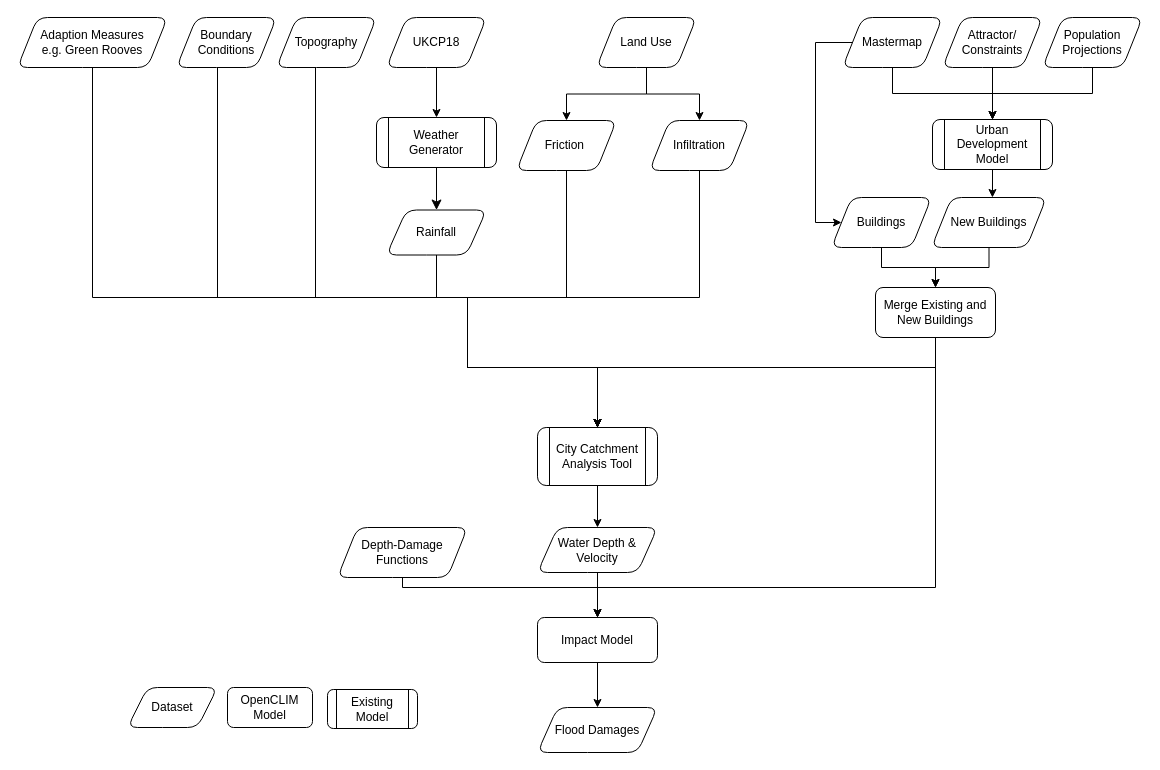
OpenCLIM/workflow-diagrams keeps this draw.io diagram as flood/openclim-flood-workflow.drawio. Above is the earlier version. Source tidied: cells renumbered, new cells numbered last; positions are measured from the earlier drawing's top-left corner, leaving out a move shared by most shapes. Both pictures are drawn from the tidied source at 100%, with x=0, y=0 at pixel (17, 17).
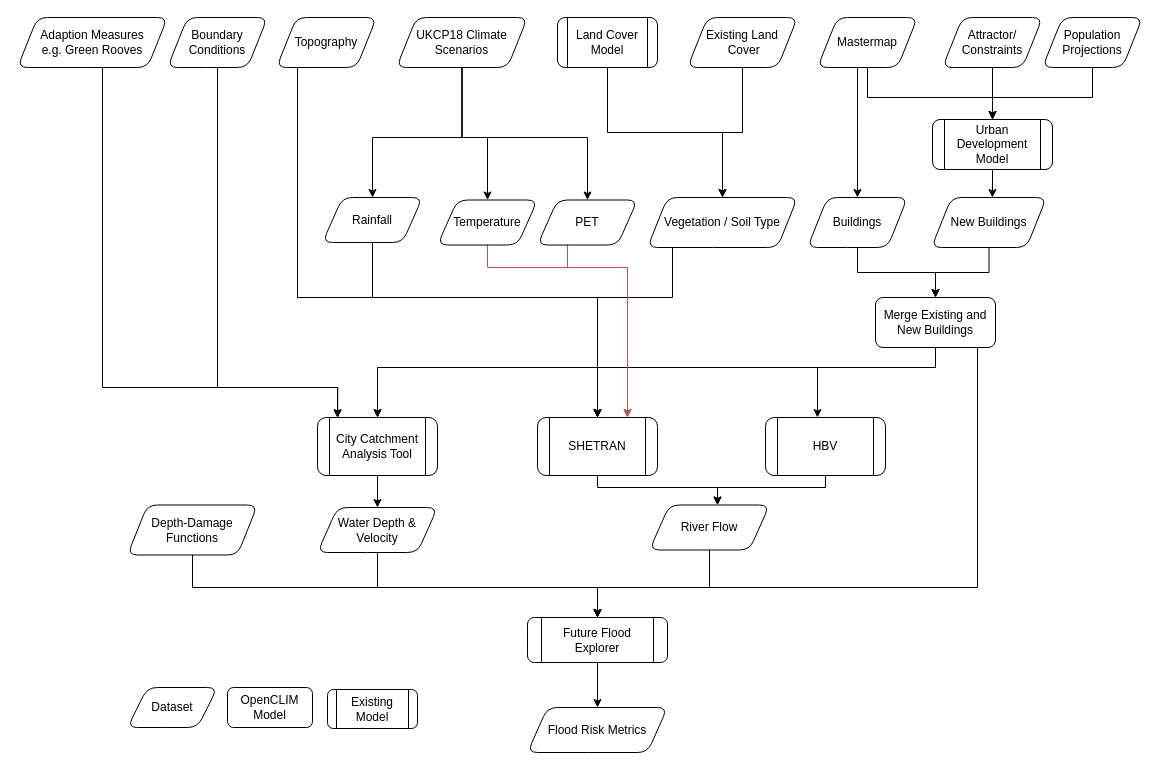
The same page after the edit.

Commit message:
incorporated future flood explorer

The change refers to these unchanged cells:
```xml
<mxCell id="7" value="Population Projections" style="shape=parallelogram;perimeter=parallelogramPerimeter;whiteSpace=wrap;html=1;fixedSize=1;rounded=1;" parent="1" vertex="1">
  <mxGeometry x="1025" width="100" height="50" as="geometry" />
</mxCell>
<mxCell id="9" value="Urban Development Model" style="shape=process;whiteSpace=wrap;html=1;backgroundOutline=1;shadow=0;fontFamily=Helvetica;fontSize=12;fontColor=#000000;align=center;strokeColor=#000000;strokeWidth=1;fillColor=#ffffff;rounded=1;" parent="1" vertex="1">
  <mxGeometry x="915" y="102" width="120" height="50" as="geometry" />
</mxCell>
<mxCell id="31" value="Topography" style="shape=parallelogram;perimeter=parallelogramPerimeter;whiteSpace=wrap;html=1;fixedSize=1;rounded=1;" parent="1" vertex="1">
  <mxGeometry x="259" width="100" height="50" as="geometry" />
</mxCell>
<mxCell id="45" value="Adaption Measures&lt;br&gt;e.g. Green Rooves" style="shape=parallelogram;perimeter=parallelogramPerimeter;whiteSpace=wrap;html=1;fixedSize=1;rounded=1;" parent="1" vertex="1">
  <mxGeometry width="150" height="50" as="geometry" />
</mxCell>
```

What changed in the source:
```diff
@@
-    <mxCell id="2" style="rounded=0;html=1;jettySize=auto;fontSize=11;endArrow=classic;endFill=1;endSize=8;strokeWidth=1;shadow=0;labelBackgroundColor=none;edgeStyle=orthogonalEdgeStyle;entryX=0.5;entryY=0;entryDx=0;entryDy=0;" parent="1" edge="1" source="3" target="25">
-      <mxGeometry relative="1" as="geometry" />
-    </mxCell>
-    <mxCell id="3" value="Weather Generator" style="shape=process;whiteSpace=wrap;html=1;backgroundOutline=1;shadow=0;fontFamily=Helvetica;fontSize=12;fontColor=#000000;align=center;strokeColor=#000000;strokeWidth=1;fillColor=#ffffff;rounded=1;" parent="1" vertex="1">
-      <mxGeometry x="359" y="100" width="120" height="50" as="geometry" />
-    </mxCell>
-    <mxCell id="4" style="edgeStyle=orthogonalEdgeStyle;rounded=0;jettySize=auto;html=1;" parent="1" edge="1" source="5" target="3">
-      <mxGeometry relative="1" as="geometry" />
+    <mxCell id="4" style="edgeStyle=orthogonalEdgeStyle;rounded=0;jettySize=auto;html=1;" parent="1" edge="1" source="5" target="25">
+      <mxGeometry relative="1" as="geometry">
+        <Array as="points">
+          <mxPoint x="445" y="120" />
+          <mxPoint x="470" y="120" />
+        </Array>
+      </mxGeometry>
     </mxCell>
+    <mxCell id="49" style="edgeStyle=orthogonalEdgeStyle;rounded=0;jettySize=auto;html=1;" parent="1" edge="1" source="5" target="68">
+      <mxGeometry relative="1" as="geometry">
+        <Array as="points">
+          <mxPoint x="445" y="120" />
+          <mxPoint x="355" y="120" />
+        </Array>
+      </mxGeometry>
+    </mxCell>
+    <mxCell id="50" style="edgeStyle=orthogonalEdgeStyle;rounded=0;jettySize=auto;html=1;" parent="1" edge="1" source="5" target="66">
+      <mxGeometry relative="1" as="geometry">
+        <Array as="points">
+          <mxPoint x="445" y="120" />
+          <mxPoint x="570" y="120" />
+        </Array>
+      </mxGeometry>
+    </mxCell>
-    <mxCell id="5" value="UKCP18" style="shape=parallelogram;perimeter=parallelogramPerimeter;whiteSpace=wrap;html=1;fixedSize=1;rounded=1;" parent="1" vertex="1">
-      <mxGeometry x="369" width="100" height="50" as="geometry" />
+    <mxCell id="5" value="UKCP18 Climate Scenarios" style="shape=parallelogram;perimeter=parallelogramPerimeter;whiteSpace=wrap;html=1;fixedSize=1;rounded=1;" parent="1" vertex="1">
+      <mxGeometry x="379" width="131" height="50" as="geometry" />
     </mxCell>
     <mxCell id="6" style="edgeStyle=orthogonalEdgeStyle;rounded=0;jettySize=auto;html=1;" parent="1" edge="1" source="7" target="9">
-      <mxGeometry relative="1" as="geometry" />
+      <mxGeometry relative="1" as="geometry">
+        <Array as="points">
+          <mxPoint x="1075" y="80" />
+          <mxPoint x="975" y="80" />
+        </Array>
+      </mxGeometry>
     </mxCell>
@@
-    <mxCell id="10" style="edgeStyle=orthogonalEdgeStyle;rounded=0;jettySize=auto;html=1;entryX=0.5;entryY=0;entryDx=0;entryDy=0;" parent="1" edge="1" source="11" target="23">
+    <mxCell id="10" style="edgeStyle=orthogonalEdgeStyle;rounded=0;jettySize=auto;html=1;entryX=0.168;entryY=0.01;entryDx=0;entryDy=0;entryPerimeter=0;" parent="1" edge="1" source="11" target="23">
       <mxGeometry relative="1" as="geometry">
         <Array as="points">
-          <mxPoint x="200" y="280" />
-          <mxPoint x="450" y="280" />
-          <mxPoint x="450" y="350" />
-          <mxPoint x="580" y="350" />
+          <mxPoint x="200" y="370" />
+          <mxPoint x="320" y="370" />
         </Array>
       </mxGeometry>
     </mxCell>
     <mxCell id="11" value="Boundary Conditions" style="shape=parallelogram;perimeter=parallelogramPerimeter;whiteSpace=wrap;html=1;fixedSize=1;rounded=1;" parent="1" vertex="1">
-      <mxGeometry x="159" width="100" height="50" as="geometry" />
+      <mxGeometry x="150" width="100" height="50" as="geometry" />
     </mxCell>
@@
     <mxCell id="14" style="edgeStyle=orthogonalEdgeStyle;rounded=0;jettySize=auto;html=1;entryX=0.5;entryY=0;entryDx=0;entryDy=0;" parent="1" edge="1" source="16" target="9">
-      <mxGeometry relative="1" as="geometry" />
+      <mxGeometry relative="1" as="geometry">
+        <Array as="points">
+          <mxPoint x="850" y="80" />
+          <mxPoint x="975" y="80" />
+        </Array>
+      </mxGeometry>
     </mxCell>
     <mxCell id="15" style="edgeStyle=orthogonalEdgeStyle;rounded=0;jettySize=auto;html=1;" parent="1" edge="1" source="16" target="38">
       <mxGeometry relative="1" as="geometry">
         <Array as="points">
-          <mxPoint x="798" y="25" />
+          <mxPoint x="840" y="110" />
+          <mxPoint x="840" y="110" />
         </Array>
       </mxGeometry>
     </mxCell>
     <mxCell id="16" value="Mastermap" style="shape=parallelogram;perimeter=parallelogramPerimeter;whiteSpace=wrap;html=1;fixedSize=1;rounded=1;" parent="1" vertex="1">
-      <mxGeometry x="825" width="100" height="50" as="geometry" />
+      <mxGeometry x="800" width="100" height="50" as="geometry" />
     </mxCell>
-    <mxCell id="17" style="edgeStyle=orthogonalEdgeStyle;rounded=0;jettySize=auto;html=1;entryX=0.5;entryY=0;entryDx=0;entryDy=0;" parent="1" edge="1" source="18" target="23">
-      <mxGeometry relative="1" as="geometry">
-        <Array as="points">
-          <mxPoint x="549" y="280" />
-          <mxPoint x="450" y="280" />
-          <mxPoint x="450" y="350" />
-          <mxPoint x="580" y="350" />
-        </Array>
-      </mxGeometry>
-    </mxCell>
-    <mxCell id="18" value="Friction&amp;nbsp;" style="shape=parallelogram;perimeter=parallelogramPerimeter;whiteSpace=wrap;html=1;fixedSize=1;rounded=1;" parent="1" vertex="1">
-      <mxGeometry x="499" y="103" width="100" height="50" as="geometry" />
-    </mxCell>
-    <mxCell id="19" style="edgeStyle=orthogonalEdgeStyle;rounded=0;jettySize=auto;html=1;entryX=0.5;entryY=0;entryDx=0;entryDy=0;" parent="1" edge="1" source="21" target="29">
-      <mxGeometry relative="1" as="geometry" />
+    <mxCell id="19" style="edgeStyle=orthogonalEdgeStyle;rounded=0;jettySize=auto;html=1;" parent="1" edge="1" source="21" target="56">
+      <mxGeometry relative="1" as="geometry">
+        <Array as="points">
+          <mxPoint x="655" y="280" />
+          <mxPoint x="580" y="280" />
+        </Array>
+      </mxGeometry>
     </mxCell>
-    <mxCell id="20" style="edgeStyle=orthogonalEdgeStyle;rounded=0;jettySize=auto;html=1;entryX=0.5;entryY=0;entryDx=0;entryDy=0;" parent="1" edge="1" source="21" target="18">
-      <mxGeometry relative="1" as="geometry" />
-    </mxCell>
-    <mxCell id="21" value="Land Use" style="shape=parallelogram;perimeter=parallelogramPerimeter;whiteSpace=wrap;html=1;fixedSize=1;rounded=1;" parent="1" vertex="1">
-      <mxGeometry x="579" width="100" height="50" as="geometry" />
+    <mxCell id="21" value="Vegetation / Soil Type" style="shape=parallelogram;perimeter=parallelogramPerimeter;whiteSpace=wrap;html=1;fixedSize=1;rounded=1;" parent="1" vertex="1">
+      <mxGeometry x="630" y="180" width="150" height="50" as="geometry" />
     </mxCell>
@@
     <mxCell id="23" value="City Catchment Analysis Tool" style="shape=process;whiteSpace=wrap;html=1;backgroundOutline=1;shadow=0;fontFamily=Helvetica;fontSize=12;fontColor=#000000;align=center;strokeColor=#000000;strokeWidth=1;fillColor=#ffffff;rounded=1;" parent="1" vertex="1">
-      <mxGeometry x="520" y="410" width="120" height="58" as="geometry" />
+      <mxGeometry x="300" y="400" width="120" height="58" as="geometry" />
     </mxCell>
-    <mxCell id="24" style="edgeStyle=orthogonalEdgeStyle;rounded=0;jettySize=auto;html=1;entryX=0.5;entryY=0;entryDx=0;entryDy=0;" parent="1" edge="1" source="25" target="23">
-      <mxGeometry relative="1" as="geometry">
-        <Array as="points">
-          <mxPoint x="419" y="280" />
-          <mxPoint x="450" y="280" />
-          <mxPoint x="450" y="350" />
-          <mxPoint x="580" y="350" />
-        </Array>
-      </mxGeometry>
-    </mxCell>
+    <mxCell id="51" style="edgeStyle=orthogonalEdgeStyle;rounded=0;jettySize=auto;html=1;fillColor=#f8cecc;strokeColor=#b85450;" parent="1" edge="1" source="25">
+      <mxGeometry relative="1" as="geometry">
+        <mxPoint x="610" y="400" as="targetPoint" />
+        <Array as="points">
+          <mxPoint x="470" y="250" />
+          <mxPoint x="610" y="250" />
+        </Array>
+      </mxGeometry>
+    </mxCell>
-    <mxCell id="25" value="Rainfall" style="shape=parallelogram;perimeter=parallelogramPerimeter;whiteSpace=wrap;html=1;fixedSize=1;rounded=1;" parent="1" vertex="1">
-      <mxGeometry x="369" y="192.5" width="100" height="45" as="geometry" />
+    <mxCell id="25" value="Temperature" style="shape=parallelogram;perimeter=parallelogramPerimeter;whiteSpace=wrap;html=1;fixedSize=1;rounded=1;" parent="1" vertex="1">
+      <mxGeometry x="420" y="182.5" width="100" height="45" as="geometry" />
     </mxCell>
@@
-    <mxCell id="28" style="edgeStyle=orthogonalEdgeStyle;rounded=0;jettySize=auto;html=1;entryX=0.5;entryY=0;entryDx=0;entryDy=0;" parent="1" edge="1" source="29" target="23">
-      <mxGeometry relative="1" as="geometry">
-        <Array as="points">
-          <mxPoint x="682" y="280" />
-          <mxPoint x="450" y="280" />
-          <mxPoint x="450" y="350" />
-          <mxPoint x="580" y="350" />
-        </Array>
-      </mxGeometry>
-    </mxCell>
-    <mxCell id="29" value="Infiltration" style="shape=parallelogram;perimeter=parallelogramPerimeter;whiteSpace=wrap;html=1;fixedSize=1;rounded=1;" parent="1" vertex="1">
-      <mxGeometry x="632" y="103" width="100" height="50" as="geometry" />
-    </mxCell>
     <mxCell id="30" style="edgeStyle=orthogonalEdgeStyle;rounded=0;jettySize=auto;html=1;" parent="1" edge="1" source="31" target="23">
       <mxGeometry relative="1" as="geometry">
         <Array as="points">
-          <mxPoint x="298" y="280" />
-          <mxPoint x="450" y="280" />
-          <mxPoint x="450" y="350" />
+          <mxPoint x="280" y="280" />
+          <mxPoint x="580" y="280" />
           <mxPoint x="580" y="350" />
+          <mxPoint x="360" y="350" />
         </Array>
       </mxGeometry>
     </mxCell>
@@
     <mxCell id="32" style="edgeStyle=orthogonalEdgeStyle;rounded=0;jettySize=auto;html=1;entryX=0.5;entryY=0;entryDx=0;entryDy=0;" parent="1" edge="1" source="33" target="35">
-      <mxGeometry relative="1" as="geometry" />
+      <mxGeometry relative="1" as="geometry">
+        <Array as="points">
+          <mxPoint x="360" y="570" />
+          <mxPoint x="580" y="570" />
+        </Array>
+      </mxGeometry>
     </mxCell>
     <mxCell id="33" value="Water Depth &amp;amp; Velocity" style="shape=parallelogram;perimeter=parallelogramPerimeter;whiteSpace=wrap;html=1;fixedSize=1;rounded=1;" parent="1" vertex="1">
-      <mxGeometry x="520" y="510" width="120" height="45" as="geometry" />
+      <mxGeometry x="300" y="490" width="120" height="45" as="geometry" />
     </mxCell>
@@
-    <mxCell id="35" value="Impact Model" style="rounded=1;whiteSpace=wrap;html=1;" parent="1" vertex="1">
-      <mxGeometry x="520" y="600" width="120" height="45" as="geometry" />
+    <mxCell id="35" value="Future Flood Explorer" style="shape=process;whiteSpace=wrap;html=1;backgroundOutline=1;fontFamily=Helvetica;fontSize=12;fontColor=#000000;align=center;strokeColor=#000000;fillColor=#ffffff;rounded=1;" parent="1" vertex="1">
+      <mxGeometry x="510" y="600" width="140" height="45" as="geometry" />
     </mxCell>
-    <mxCell id="36" value="Flood Damages" style="shape=parallelogram;perimeter=parallelogramPerimeter;whiteSpace=wrap;html=1;fixedSize=1;rounded=1;" parent="1" vertex="1">
-      <mxGeometry x="520" y="690" width="120" height="45" as="geometry" />
+    <mxCell id="36" value="Flood Risk Metrics" style="shape=parallelogram;perimeter=parallelogramPerimeter;whiteSpace=wrap;html=1;fixedSize=1;rounded=1;" parent="1" vertex="1">
+      <mxGeometry x="510" y="690" width="140" height="45" as="geometry" />
     </mxCell>
@@
     <mxCell id="38" value="Buildings" style="shape=parallelogram;perimeter=parallelogramPerimeter;whiteSpace=wrap;html=1;fixedSize=1;rounded=1;" parent="1" vertex="1">
-      <mxGeometry x="814" y="180" width="100" height="50" as="geometry" />
+      <mxGeometry x="790" y="180" width="100" height="50" as="geometry" />
     </mxCell>
     <mxCell id="39" style="edgeStyle=orthogonalEdgeStyle;rounded=0;jettySize=auto;html=1;entryX=0.5;entryY=0;entryDx=0;entryDy=0;" parent="1" edge="1" source="41" target="23">
       <mxGeometry relative="1" as="geometry">
         <Array as="points">
           <mxPoint x="918" y="350" />
-          <mxPoint x="580" y="350" />
+          <mxPoint x="360" y="350" />
         </Array>
       </mxGeometry>
     </mxCell>
     <mxCell id="40" style="edgeStyle=orthogonalEdgeStyle;rounded=0;jettySize=auto;html=1;entryX=0.5;entryY=0;entryDx=0;entryDy=0;" parent="1" edge="1" source="41" target="35">
       <mxGeometry relative="1" as="geometry">
         <Array as="points">
-          <mxPoint x="918" y="570" />
+          <mxPoint x="960" y="570" />
           <mxPoint x="580" y="570" />
         </Array>
       </mxGeometry>
     </mxCell>
+    <mxCell id="52" style="edgeStyle=orthogonalEdgeStyle;rounded=0;jettySize=auto;html=1;" parent="1" edge="1" source="41" target="56">
+      <mxGeometry relative="1" as="geometry">
+        <Array as="points">
+          <mxPoint x="918" y="350" />
+          <mxPoint x="580" y="350" />
+        </Array>
+      </mxGeometry>
+    </mxCell>
+    <mxCell id="53" style="edgeStyle=orthogonalEdgeStyle;rounded=0;jettySize=auto;html=1;" parent="1" edge="1" source="41" target="56">
+      <mxGeometry relative="1" as="geometry">
+        <Array as="points">
+          <mxPoint x="918" y="350" />
+          <mxPoint x="580" y="350" />
+        </Array>
+      </mxGeometry>
+    </mxCell>
+    <mxCell id="54" style="edgeStyle=orthogonalEdgeStyle;rounded=0;jettySize=auto;html=1;" parent="1" edge="1" source="41" target="58">
+      <mxGeometry relative="1" as="geometry">
+        <Array as="points">
+          <mxPoint x="918" y="350" />
+          <mxPoint x="800" y="350" />
+        </Array>
+      </mxGeometry>
+    </mxCell>
     <mxCell id="41" value="Merge Existing and New Buildings" style="rounded=1;whiteSpace=wrap;html=1;fontSize=12;glass=0;strokeWidth=1;shadow=0;" parent="1" vertex="1">
-      <mxGeometry x="858" y="270" width="120" height="50" as="geometry" />
+      <mxGeometry x="858" y="280" width="120" height="50" as="geometry" />
     </mxCell>
@@
     <mxCell id="44" style="edgeStyle=orthogonalEdgeStyle;rounded=0;jettySize=auto;html=1;" parent="1" edge="1" source="45" target="23">
       <mxGeometry relative="1" as="geometry">
         <Array as="points">
-          <mxPoint x="75" y="280" />
-          <mxPoint x="450" y="280" />
-          <mxPoint x="450" y="350" />
-          <mxPoint x="580" y="350" />
+          <mxPoint x="85" y="370" />
+          <mxPoint x="320" y="370" />
         </Array>
       </mxGeometry>
     </mxCell>
@@
     <mxCell id="47" style="edgeStyle=orthogonalEdgeStyle;rounded=0;jettySize=auto;html=1;" parent="1" edge="1" source="48" target="35">
       <mxGeometry relative="1" as="geometry">
         <Array as="points">
-          <mxPoint x="385" y="570" />
+          <mxPoint x="175" y="570" />
           <mxPoint x="580" y="570" />
         </Array>
       </mxGeometry>
     </mxCell>
     <mxCell id="48" value="Depth-Damage&lt;br&gt;Functions" style="shape=parallelogram;perimeter=parallelogramPerimeter;whiteSpace=wrap;html=1;fixedSize=1;rounded=1;" parent="1" vertex="1">
-      <mxGeometry x="320" y="510" width="130" height="50" as="geometry" />
+      <mxGeometry x="110" y="487.5" width="130" height="50" as="geometry" />
     </mxCell>
+    <mxCell id="55" style="edgeStyle=orthogonalEdgeStyle;rounded=0;jettySize=auto;html=1;" parent="1" edge="1" source="56" target="64">
+      <mxGeometry relative="1" as="geometry">
+        <Array as="points">
+          <mxPoint x="580" y="470" />
+          <mxPoint x="700" y="470" />
+          <mxPoint x="700" y="510" />
+        </Array>
+      </mxGeometry>
+    </mxCell>
+    <mxCell id="56" value="SHETRAN" style="shape=process;whiteSpace=wrap;html=1;backgroundOutline=1;shadow=0;fontFamily=Helvetica;fontSize=12;fontColor=#000000;align=center;strokeColor=#000000;strokeWidth=1;fillColor=#ffffff;rounded=1;" parent="1" vertex="1">
+      <mxGeometry x="520" y="400" width="120" height="58" as="geometry" />
+    </mxCell>
+    <mxCell id="57" style="edgeStyle=orthogonalEdgeStyle;rounded=0;jettySize=auto;html=1;" parent="1" edge="1" source="58" target="64">
+      <mxGeometry relative="1" as="geometry">
+        <Array as="points">
+          <mxPoint x="808" y="470" />
+          <mxPoint x="700" y="470" />
+          <mxPoint x="700" y="510" />
+        </Array>
+      </mxGeometry>
+    </mxCell>
+    <mxCell id="58" value="HBV" style="shape=process;whiteSpace=wrap;html=1;backgroundOutline=1;shadow=0;fontFamily=Helvetica;fontSize=12;fontColor=#000000;align=center;strokeColor=#000000;strokeWidth=1;fillColor=#ffffff;rounded=1;" parent="1" vertex="1">
+      <mxGeometry x="748" y="400" width="120" height="58" as="geometry" />
+    </mxCell>
+    <mxCell id="59" style="edgeStyle=orthogonalEdgeStyle;rounded=0;jettySize=auto;html=1;" parent="1" edge="1" source="60" target="21">
+      <mxGeometry relative="1" as="geometry" />
+    </mxCell>
+    <mxCell id="60" value="Land Cover Model" style="shape=process;whiteSpace=wrap;html=1;backgroundOutline=1;fontFamily=Helvetica;fontSize=12;fontColor=#000000;align=center;strokeColor=#000000;fillColor=#ffffff;rounded=1;" parent="1" vertex="1">
+      <mxGeometry x="540" width="100" height="50" as="geometry" />
+    </mxCell>
+    <mxCell id="61" style="edgeStyle=orthogonalEdgeStyle;rounded=0;jettySize=auto;html=1;" parent="1" edge="1" source="62" target="21">
+      <mxGeometry relative="1" as="geometry" />
+    </mxCell>
+    <mxCell id="62" value="Existing Land&lt;br&gt;&amp;nbsp;Cover" style="shape=parallelogram;perimeter=parallelogramPerimeter;whiteSpace=wrap;html=1;fixedSize=1;fontFamily=Helvetica;fontSize=12;fontColor=#000000;align=center;strokeColor=#000000;fillColor=#ffffff;rounded=1;" parent="1" vertex="1">
+      <mxGeometry x="670" width="110" height="50" as="geometry" />
+    </mxCell>
+    <mxCell id="63" style="edgeStyle=orthogonalEdgeStyle;rounded=0;jettySize=auto;html=1;" parent="1" edge="1" source="64" target="35">
+      <mxGeometry relative="1" as="geometry">
+        <Array as="points">
+          <mxPoint x="692" y="570" />
+          <mxPoint x="580" y="570" />
+        </Array>
+      </mxGeometry>
+    </mxCell>
+    <mxCell id="64" value="River Flow" style="shape=parallelogram;perimeter=parallelogramPerimeter;whiteSpace=wrap;html=1;fixedSize=1;rounded=1;" parent="1" vertex="1">
+      <mxGeometry x="632" y="487.5" width="120" height="45" as="geometry" />
+    </mxCell>
+    <mxCell id="65" style="edgeStyle=orthogonalEdgeStyle;rounded=0;jettySize=auto;html=1;entryX=0.75;entryY=0;entryDx=0;entryDy=0;fontColor=#B5739D;fillColor=#f8cecc;strokeColor=#b85450;" parent="1" edge="1" source="66" target="56">
+      <mxGeometry relative="1" as="geometry">
+        <Array as="points">
+          <mxPoint x="550" y="250" />
+          <mxPoint x="610" y="250" />
+        </Array>
+      </mxGeometry>
+    </mxCell>
+    <mxCell id="66" value="PET" style="shape=parallelogram;perimeter=parallelogramPerimeter;whiteSpace=wrap;html=1;fixedSize=1;rounded=1;" parent="1" vertex="1">
+      <mxGeometry x="520" y="182.5" width="100" height="45" as="geometry" />
+    </mxCell>
+    <mxCell id="67" style="edgeStyle=orthogonalEdgeStyle;rounded=0;jettySize=auto;html=1;" parent="1" edge="1" source="68" target="56">
+      <mxGeometry relative="1" as="geometry">
+        <Array as="points">
+          <mxPoint x="355" y="280" />
+          <mxPoint x="580" y="280" />
+        </Array>
+      </mxGeometry>
+    </mxCell>
+    <mxCell id="68" value="Rainfall" style="shape=parallelogram;perimeter=parallelogramPerimeter;whiteSpace=wrap;html=1;fixedSize=1;rounded=1;" parent="1" vertex="1">
+      <mxGeometry x="305" y="180" width="100" height="45" as="geometry" />
+    </mxCell>
```
